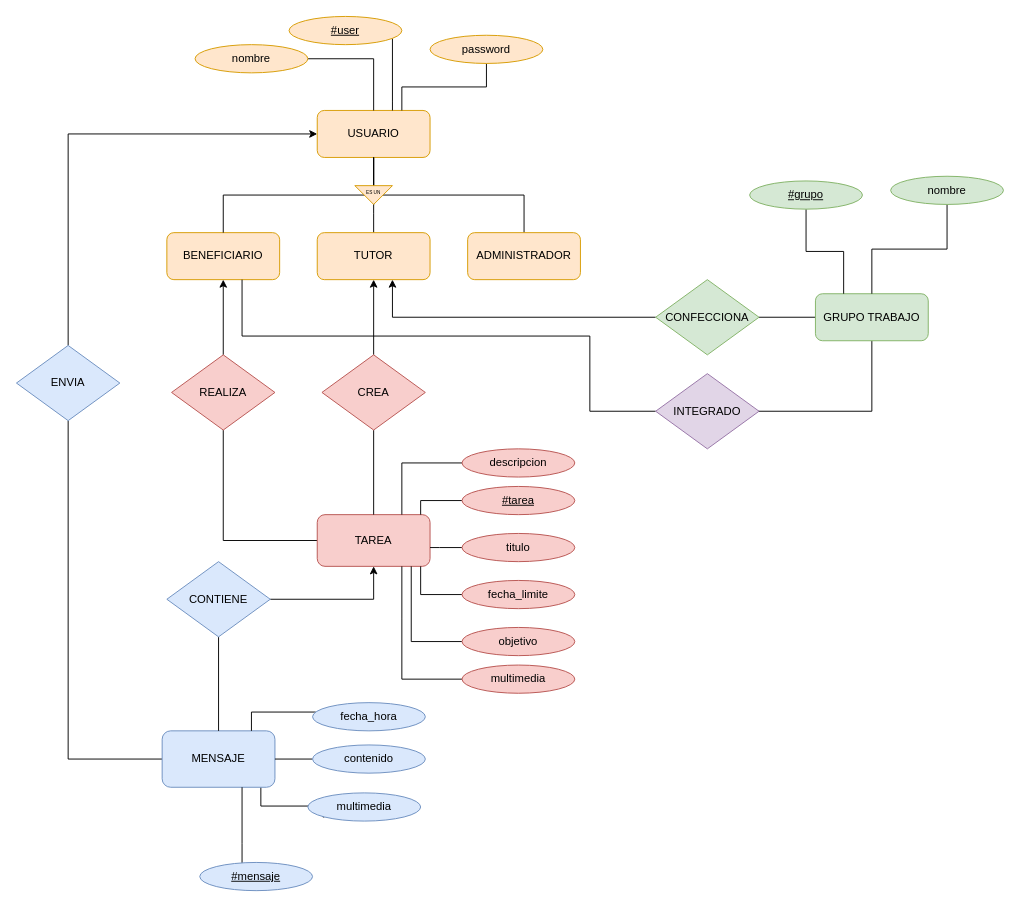
This is base-de-datos/Diagrama BD.drawio from corderop/practicas-dgp, a draw.io file, before an edit. Source tidied: cells renumbered, new cells numbered last; positions are measured from the earlier drawing's top-left corner, leaving out a move shared by most shapes. Both pictures are drawn from the tidied source at 94%, with x=0, y=0 at pixel (16, 16).
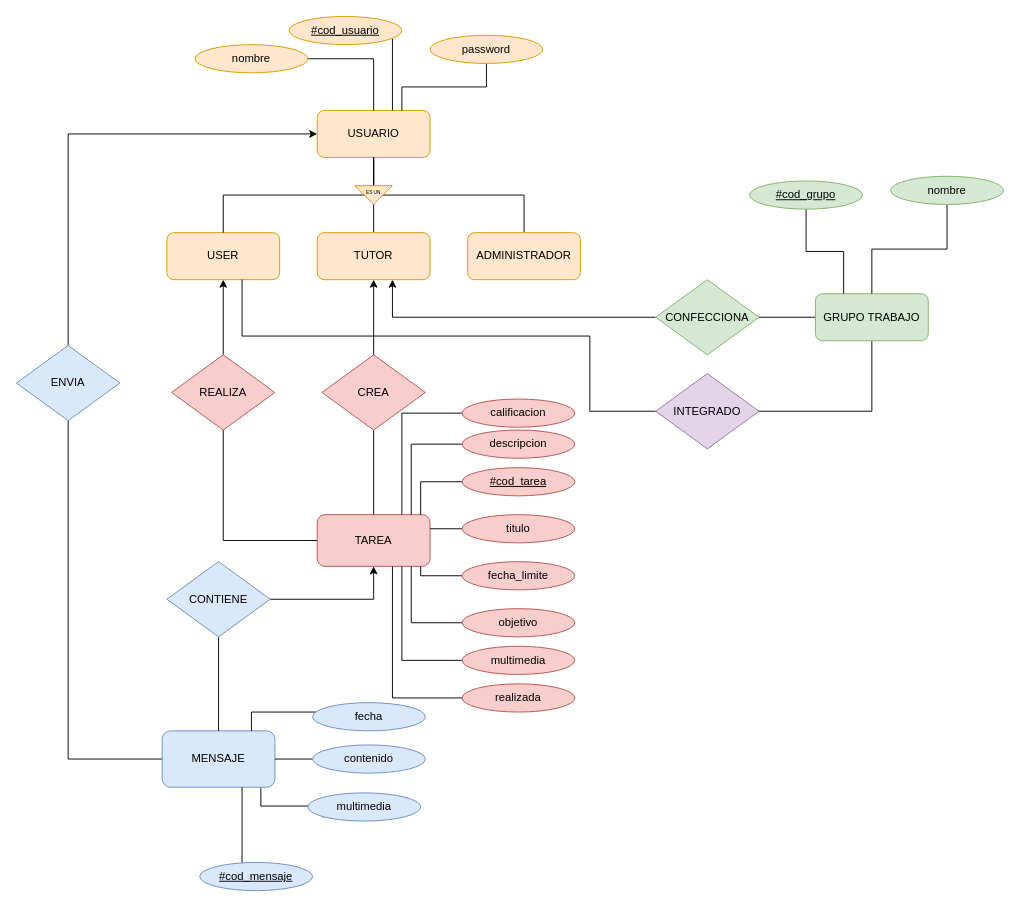
The same page after the edit.

Unchanged cells that the change refers to:
```xml
<mxCell id="6" value="TAREA" style="rounded=1;whiteSpace=wrap;html=1;fillColor=#f8cecc;strokeColor=#b85450;" parent="1" vertex="1">
  <mxGeometry x="320" y="530" width="120" height="55" as="geometry" />
</mxCell>
```

The edit, as a diff of the source:
```diff
@@
-    <mxCell id="13" value="BENEFICIARIO" style="rounded=1;whiteSpace=wrap;html=1;fillColor=#ffe6cc;strokeColor=#d79b00;" parent="1" vertex="1">
+    <mxCell id="13" value="USER" style="rounded=1;whiteSpace=wrap;html=1;fillColor=#ffe6cc;strokeColor=#d79b00;" parent="1" vertex="1">
       <mxGeometry x="160" y="230" width="120" height="50" as="geometry" />
     </mxCell>
@@
-    <mxCell id="21" value="&lt;u&gt;#user&lt;/u&gt;" style="ellipse;whiteSpace=wrap;html=1;fillColor=#ffe6cc;strokeColor=#d79b00;" parent="1" vertex="1">
+    <mxCell id="21" value="&lt;u&gt;#cod_usuario&lt;/u&gt;" style="ellipse;whiteSpace=wrap;html=1;fillColor=#ffe6cc;strokeColor=#d79b00;" parent="1" vertex="1">
       <mxGeometry x="290" width="120" height="30" as="geometry" />
     </mxCell>
     <mxCell id="22" style="edgeStyle=orthogonalEdgeStyle;rounded=0;jettySize=auto;html=1;startArrow=none;startFill=0;endArrow=none;endFill=0;" parent="1" edge="1" source="23" target="6">
       <mxGeometry relative="1" as="geometry">
         <Array as="points">
-          <mxPoint x="430" y="515" />
+          <mxPoint x="430" y="495" />
         </Array>
       </mxGeometry>
     </mxCell>
-    <mxCell id="23" value="&lt;u&gt;#tarea&lt;/u&gt;" style="ellipse;whiteSpace=wrap;html=1;fillColor=#f8cecc;strokeColor=#b85450;" parent="1" vertex="1">
-      <mxGeometry x="474" y="500" width="120" height="30" as="geometry" />
+    <mxCell id="23" value="&lt;u&gt;#cod_tarea&lt;/u&gt;" style="ellipse;whiteSpace=wrap;html=1;fillColor=#f8cecc;strokeColor=#b85450;" parent="1" vertex="1">
+      <mxGeometry x="474" y="480" width="120" height="30" as="geometry" />
     </mxCell>
     <mxCell id="24" style="edgeStyle=orthogonalEdgeStyle;rounded=0;jettySize=auto;html=1;startArrow=none;startFill=0;endArrow=none;endFill=0;" parent="1" edge="1" source="25" target="6">
       <mxGeometry relative="1" as="geometry">
         <Array as="points">
-          <mxPoint x="450" y="565" />
-          <mxPoint x="450" y="565" />
+          <mxPoint x="490" y="545" />
+          <mxPoint x="490" y="545" />
         </Array>
       </mxGeometry>
     </mxCell>
     <mxCell id="25" value="titulo" style="ellipse;whiteSpace=wrap;html=1;fillColor=#f8cecc;strokeColor=#b85450;" parent="1" vertex="1">
-      <mxGeometry x="474" y="550" width="120" height="30" as="geometry" />
+      <mxGeometry x="474" y="530" width="120" height="30" as="geometry" />
     </mxCell>
     <mxCell id="26" style="edgeStyle=orthogonalEdgeStyle;rounded=0;jettySize=auto;html=1;startArrow=none;startFill=0;endArrow=none;endFill=0;" parent="1" edge="1" source="27" target="6">
       <mxGeometry relative="1" as="geometry">
         <Array as="points">
-          <mxPoint x="430" y="615" />
+          <mxPoint x="430" y="595" />
         </Array>
       </mxGeometry>
     </mxCell>
     <mxCell id="27" value="fecha_limite" style="ellipse;whiteSpace=wrap;html=1;fillColor=#f8cecc;strokeColor=#b85450;" parent="1" vertex="1">
-      <mxGeometry x="474" y="600" width="120" height="30" as="geometry" />
+      <mxGeometry x="474" y="580" width="120" height="30" as="geometry" />
     </mxCell>
     <mxCell id="28" style="edgeStyle=orthogonalEdgeStyle;rounded=0;jettySize=auto;html=1;startArrow=none;startFill=0;endArrow=none;endFill=0;" parent="1" edge="1" source="29" target="6">
       <mxGeometry relative="1" as="geometry">
         <Array as="points">
-          <mxPoint x="420" y="665" />
+          <mxPoint x="420" y="645" />
         </Array>
       </mxGeometry>
     </mxCell>
     <mxCell id="29" value="objetivo" style="ellipse;whiteSpace=wrap;html=1;fillColor=#f8cecc;strokeColor=#b85450;" parent="1" vertex="1">
-      <mxGeometry x="474" y="650" width="120" height="30" as="geometry" />
+      <mxGeometry x="474" y="630" width="120" height="30" as="geometry" />
     </mxCell>
@@
     <mxCell id="31" value="multimedia" style="ellipse;whiteSpace=wrap;html=1;fillColor=#f8cecc;strokeColor=#b85450;" parent="1" vertex="1">
-      <mxGeometry x="474" y="690" width="120" height="30" as="geometry" />
+      <mxGeometry x="474" y="670" width="120" height="30" as="geometry" />
     </mxCell>
     <mxCell id="32" style="edgeStyle=orthogonalEdgeStyle;rounded=0;jettySize=auto;html=1;startArrow=none;startFill=0;endArrow=none;endFill=0;" parent="1" edge="1" source="33" target="6">
       <mxGeometry relative="1" as="geometry">
         <Array as="points">
-          <mxPoint x="410" y="475" />
+          <mxPoint x="420" y="455" />
         </Array>
       </mxGeometry>
     </mxCell>
     <mxCell id="33" value="descripcion" style="ellipse;whiteSpace=wrap;html=1;fillColor=#f8cecc;strokeColor=#b85450;" parent="1" vertex="1">
-      <mxGeometry x="474" y="460" width="120" height="30" as="geometry" />
+      <mxGeometry x="474" y="440" width="120" height="30" as="geometry" />
     </mxCell>
@@
-    <mxCell id="43" value="fecha_hora" style="ellipse;whiteSpace=wrap;html=1;fillColor=#dae8fc;strokeColor=#6c8ebf;" parent="1" vertex="1">
+    <mxCell id="43" value="fecha" style="ellipse;whiteSpace=wrap;html=1;fillColor=#dae8fc;strokeColor=#6c8ebf;" parent="1" vertex="1">
       <mxGeometry x="315" y="730" width="120" height="30" as="geometry" />
     </mxCell>
@@
-    <mxCell id="49" value="&lt;u&gt;#mensaje&lt;/u&gt;" style="ellipse;whiteSpace=wrap;html=1;fillColor=#dae8fc;strokeColor=#6c8ebf;" parent="1" vertex="1">
+    <mxCell id="49" value="&lt;u&gt;#cod_mensaje&lt;/u&gt;" style="ellipse;whiteSpace=wrap;html=1;fillColor=#dae8fc;strokeColor=#6c8ebf;" parent="1" vertex="1">
       <mxGeometry x="195" y="900" width="120" height="30" as="geometry" />
     </mxCell>
@@
-    <mxCell id="58" value="&lt;u&gt;#grupo&lt;/u&gt;" style="ellipse;whiteSpace=wrap;html=1;fillColor=#d5e8d4;strokeColor=#82b366;" parent="1" vertex="1">
+    <mxCell id="58" value="&lt;u&gt;#cod_grupo&lt;/u&gt;" style="ellipse;whiteSpace=wrap;html=1;fillColor=#d5e8d4;strokeColor=#82b366;" parent="1" vertex="1">
       <mxGeometry x="780" y="175" width="120" height="30" as="geometry" />
     </mxCell>
@@
+    <mxCell id="63" style="edgeStyle=orthogonalEdgeStyle;rounded=0;jettySize=auto;html=1;endArrow=none;endFill=0;" parent="1" edge="1" source="64" target="6">
+      <mxGeometry relative="1" as="geometry">
+        <Array as="points">
+          <mxPoint x="400" y="725" />
+        </Array>
+      </mxGeometry>
+    </mxCell>
+    <mxCell id="64" value="realizada" style="ellipse;whiteSpace=wrap;html=1;fillColor=#f8cecc;strokeColor=#b85450;" parent="1" vertex="1">
+      <mxGeometry x="474" y="710" width="120" height="30" as="geometry" />
+    </mxCell>
+    <mxCell id="65" style="edgeStyle=orthogonalEdgeStyle;rounded=0;jettySize=auto;html=1;endArrow=none;endFill=0;" parent="1" edge="1" source="66" target="6">
+      <mxGeometry relative="1" as="geometry">
+        <Array as="points">
+          <mxPoint x="410" y="422" />
+        </Array>
+      </mxGeometry>
+    </mxCell>
+    <mxCell id="66" value="calificacion" style="ellipse;whiteSpace=wrap;html=1;fillColor=#f8cecc;strokeColor=#b85450;" parent="1" vertex="1">
+      <mxGeometry x="474" y="407" width="120" height="30" as="geometry" />
+    </mxCell>
```
